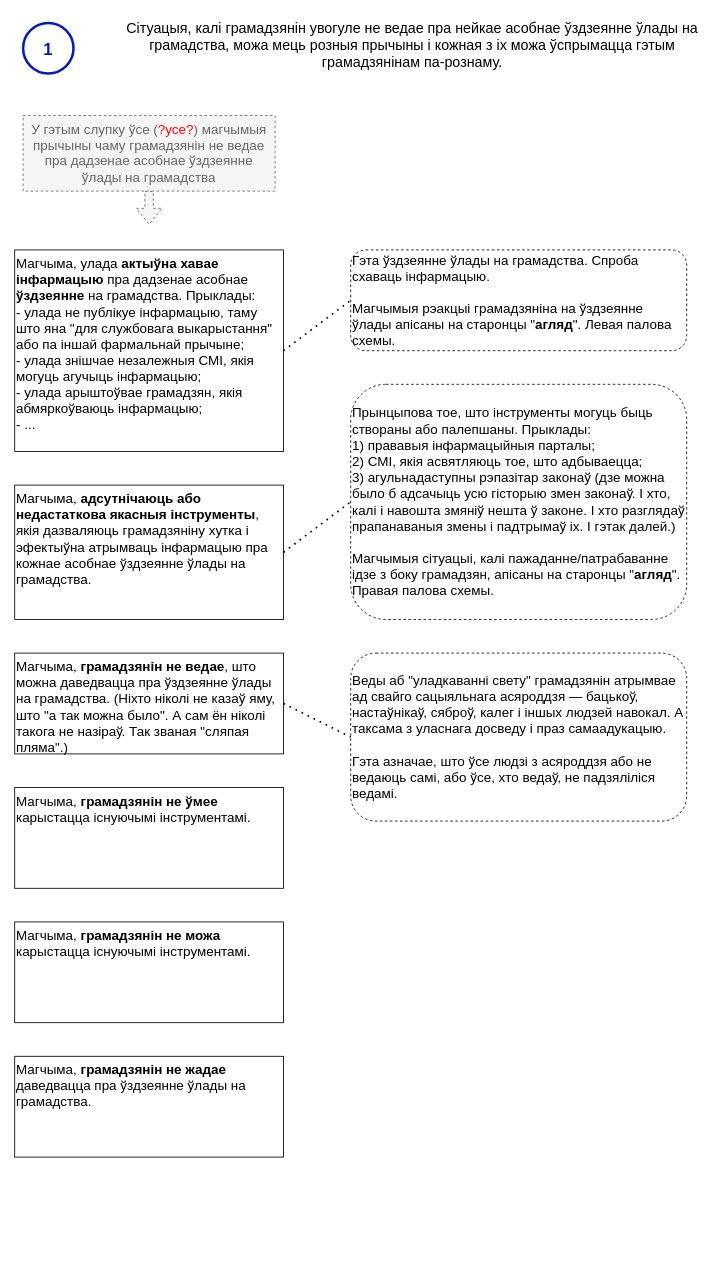
Earlier version of the draw.io diagram page "нататка-1" (2 of 2) of current-reality-tree/Дрэва цяперашняй рэальнасці.drawio (mshurkaeu-public/i-care.by). Source tidied: cells renumbered, new cells numbered last; positions are measured from the earlier drawing's top-left corner, leaving out a move shared by most shapes. Both pictures are drawn from the tidied source at 84%, with x=0, y=0 at pixel (14, 14).
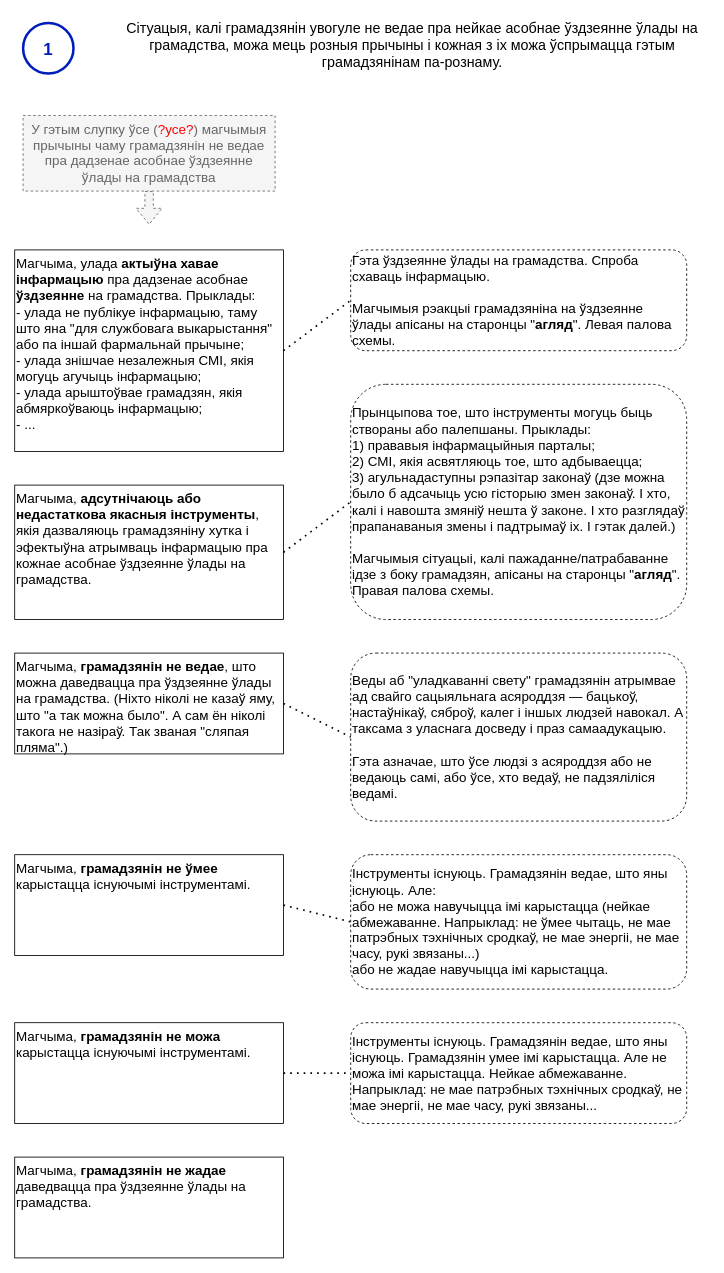
Above is the later version.

Commit message:
The 50 version of the current reality tree

Diff of the diagram source:
```diff
@@
     <mxCell id="16" value="Магчыма, &lt;b&gt;грамадзянін не ўмее&lt;/b&gt; карыстацца існуючымі інструментамі.&lt;br&gt; " style="text;html=1;align=left;verticalAlign=top;whiteSpace=wrap;rounded=0;fontSize=16;strokeColor=default;rotation=0;" parent="1" vertex="1">
-      <mxGeometry y="920" width="320" height="120" as="geometry" />
+      <mxGeometry y="1000" width="320" height="120" as="geometry" />
     </mxCell>
     <mxCell id="17" value="Магчыма, &lt;b&gt;грамадзянін не можа&lt;/b&gt; карыстацца існуючымі інструментамі.&lt;br&gt; " style="text;html=1;align=left;verticalAlign=top;whiteSpace=wrap;rounded=0;fontSize=16;strokeColor=default;rotation=0;" parent="1" vertex="1">
-      <mxGeometry y="1080" width="320" height="120" as="geometry" />
+      <mxGeometry y="1200" width="320" height="120" as="geometry" />
     </mxCell>
     <mxCell id="18" value="Магчыма, &lt;b&gt;грамадзянін не жадае&lt;/b&gt; даведвацца пра ўздзеянне ўлады на грамадства.&lt;br&gt; " style="text;html=1;align=left;verticalAlign=top;whiteSpace=wrap;rounded=0;fontSize=16;strokeColor=default;rotation=0;" parent="1" vertex="1">
-      <mxGeometry y="1240" width="320" height="120" as="geometry" />
+      <mxGeometry y="1360" width="320" height="120" as="geometry" />
     </mxCell>
+    <mxCell id="19" value="&lt;div&gt;Інструменты існуюць. Грамадзянін ведае, што яны існуюць. Але:&lt;br&gt;або не можа навучыцца імі карыстацца (нейкае абмежаванне. Напрыклад: не ўмее чытаць, не мае патрэбных тэхнічных сродкаў, не мае энергіі, не мае часу, рукі звязаны...)&lt;br&gt;або не жадае навучыцца імі карыстацца.&lt;br&gt;&lt;/div&gt;" style="text;html=1;align=left;verticalAlign=middle;whiteSpace=wrap;rounded=1;fontSize=16;strokeColor=default;fontStyle=0;glass=0;shadow=0;dashed=1;rotation=0;" parent="1" vertex="1">
+      <mxGeometry x="400" y="1000" width="400" height="160" as="geometry" />
+    </mxCell>
+    <mxCell id="20" style="endArrow=none;dashed=1;html=1;dashPattern=1 3;strokeWidth=2;rounded=0;exitX=1;exitY=0.5;exitDx=0;exitDy=0;entryX=0;entryY=0.5;entryDx=0;entryDy=0;" parent="1" edge="1" source="16" target="19">
+      <mxGeometry relative="1" as="geometry" />
+    </mxCell>
+    <mxCell id="21" value="&lt;div&gt;Інструменты існуюць. Грамадзянін ведае, што яны існуюць. Грамадзянін умее імі карыстацца. Але не можа&lt;b&gt; &lt;/b&gt;імі карыстацца. Нейкае абмежаванне. Напрыклад: не мае патрэбных тэхнічных сродкаў, не мае энергіі, не мае часу, рукі звязаны...&lt;br&gt;&lt;/div&gt;" style="text;html=1;align=left;verticalAlign=middle;whiteSpace=wrap;rounded=1;fontSize=16;strokeColor=default;fontStyle=0;glass=0;shadow=0;dashed=1;rotation=0;" parent="1" vertex="1">
+      <mxGeometry x="400" y="1200" width="400" height="120" as="geometry" />
+    </mxCell>
+    <mxCell id="22" style="endArrow=none;dashed=1;html=1;dashPattern=1 3;strokeWidth=2;rounded=0;exitX=1;exitY=0.5;exitDx=0;exitDy=0;entryX=0;entryY=0.5;entryDx=0;entryDy=0;" parent="1" edge="1" source="17" target="21">
+      <mxGeometry relative="1" as="geometry" />
+    </mxCell>
```
